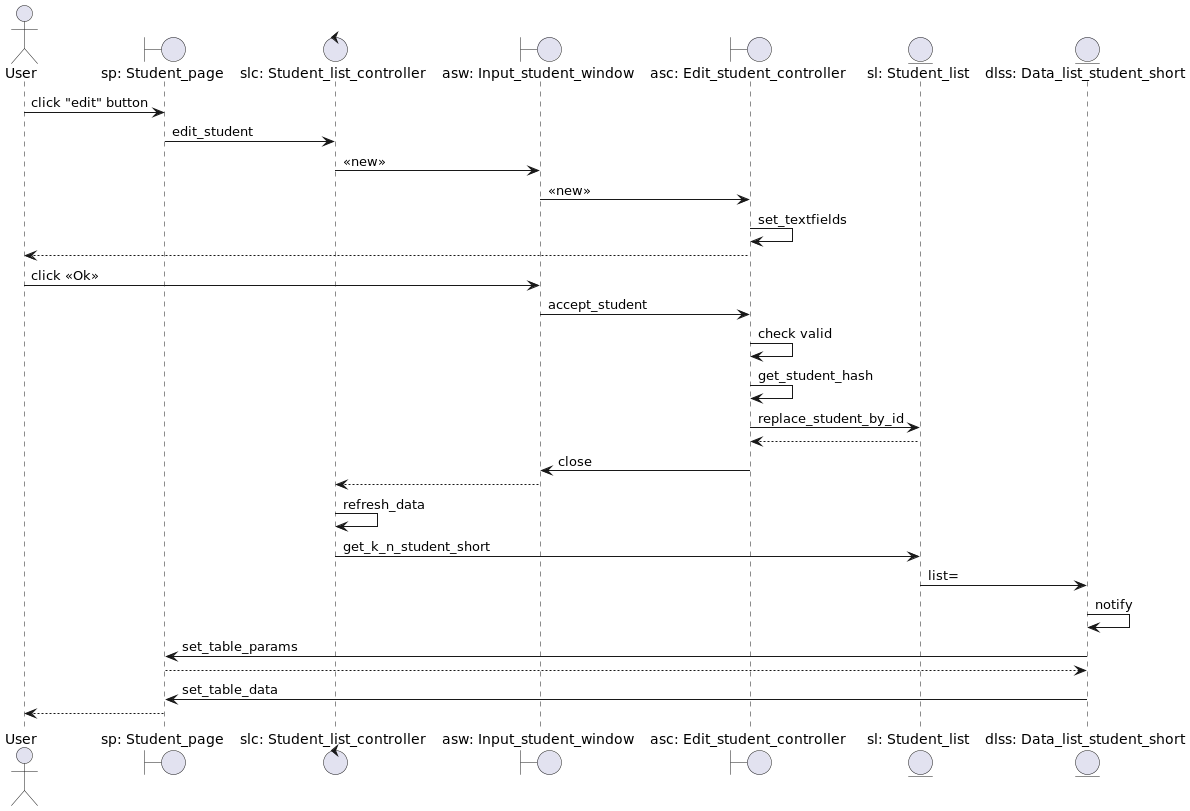
Above: Lab2/Student/diagrams/sequence_diagrams/edit_student.png in VitalijGolovij/PatternProgLabs (PlantUML), before the change. Source of this version:
```plantuml
@startuml



actor       User                                as user
boundary    "sp: Student_page"                  as sp
control     "slc: Student_list_controller"      as slc
boundary    "asw: Input_student_window"           as asw
boundary    "asc: Edit_student_controller"       as asc
entity      "sl: Student_list"                  as sl
entity      "dlss: Data_list_student_short"     as dlss

user -> sp : click "edit" button
sp -> slc : edit_student
slc -> asw : <<new>>
asw -> asc : <<new>>
asc -> asc : set_textfields
user <-- asc :
user -> asw : click <<Ok>>
asw -> asc : accept_student
asc -> asc :check valid
asc -> asc :get_student_hash
asc -> sl : replace_student_by_id
asc <-- sl
asw <- asc : close
slc <-- asw
slc -> slc :refresh_data
slc -> sl : get_k_n_student_short
sl -> dlss : list=
dlss -> dlss : notify
sp <- dlss : set_table_params
sp --> dlss
sp <- dlss : set_table_data
user <-- sp
@enduml
```
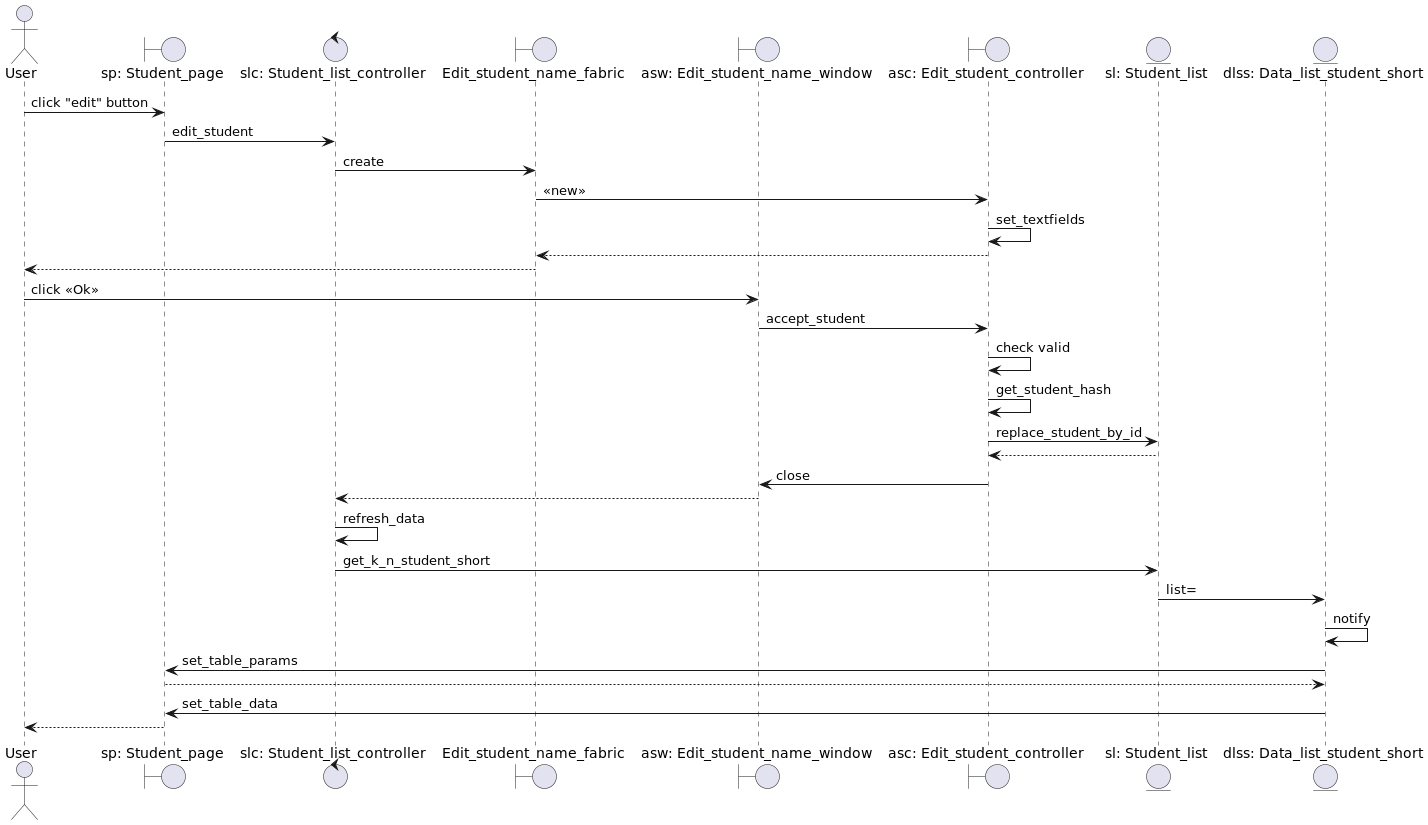
After the change.

Diff of the diagram source:
```diff
@@ -5,17 +5,19 @@
 actor       User                                as user
 boundary    "sp: Student_page"                  as sp
 control     "slc: Student_list_controller"      as slc
-boundary    "asw: Input_student_window"           as asw
-boundary    "asc: Edit_student_controller"       as asc
+boundary    "Edit_student_name_fabric"          as esnf
+boundary    "asw: Edit_student_name_window"     as asw
+boundary    "asc: Edit_student_controller"      as asc
 entity      "sl: Student_list"                  as sl
 entity      "dlss: Data_list_student_short"     as dlss
 
 user -> sp : click "edit" button
 sp -> slc : edit_student
-slc -> asw : <<new>>
-asw -> asc : <<new>>
+slc -> esnf : create
+esnf -> asc : <<new>>
 asc -> asc : set_textfields
-user <-- asc :
+esnf <-- asc :
+user <-- esnf
 user -> asw : click <<Ok>>
 asw -> asc : accept_student
 asc -> asc :check valid
```
